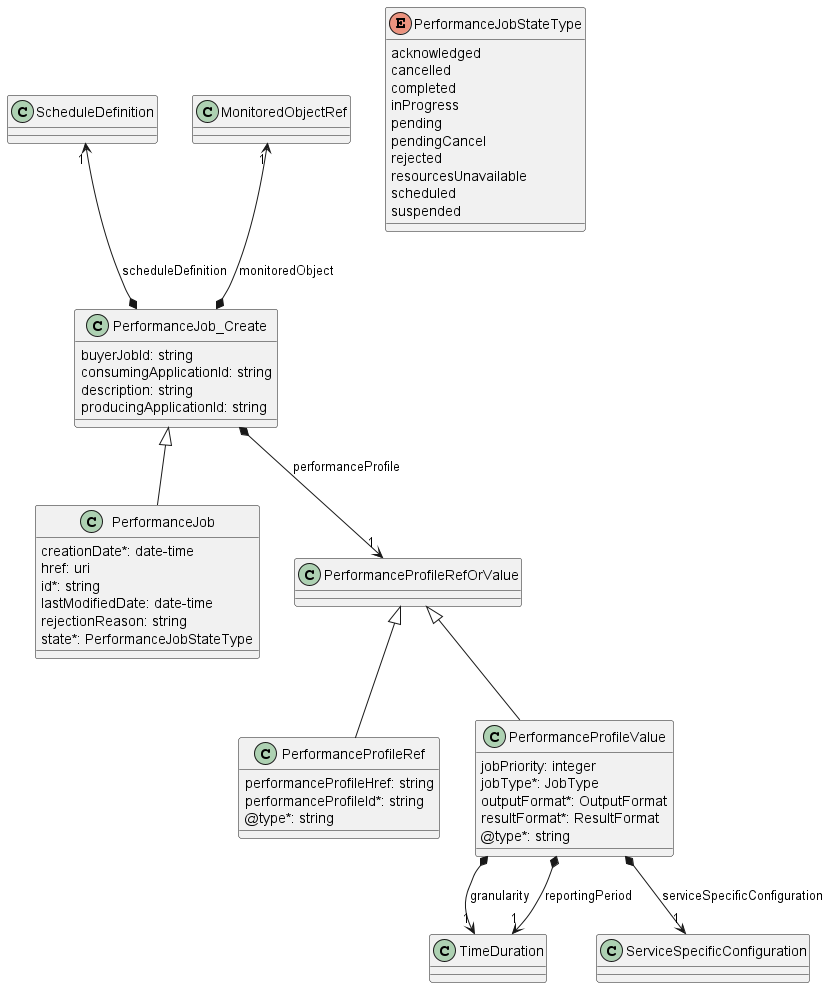
Above: documentation/serviceApi/pm/performance/media/performanceJobModel.png in MEF-GIT/MEF-LSO-Legato-SDK (PlantUML), before the change.
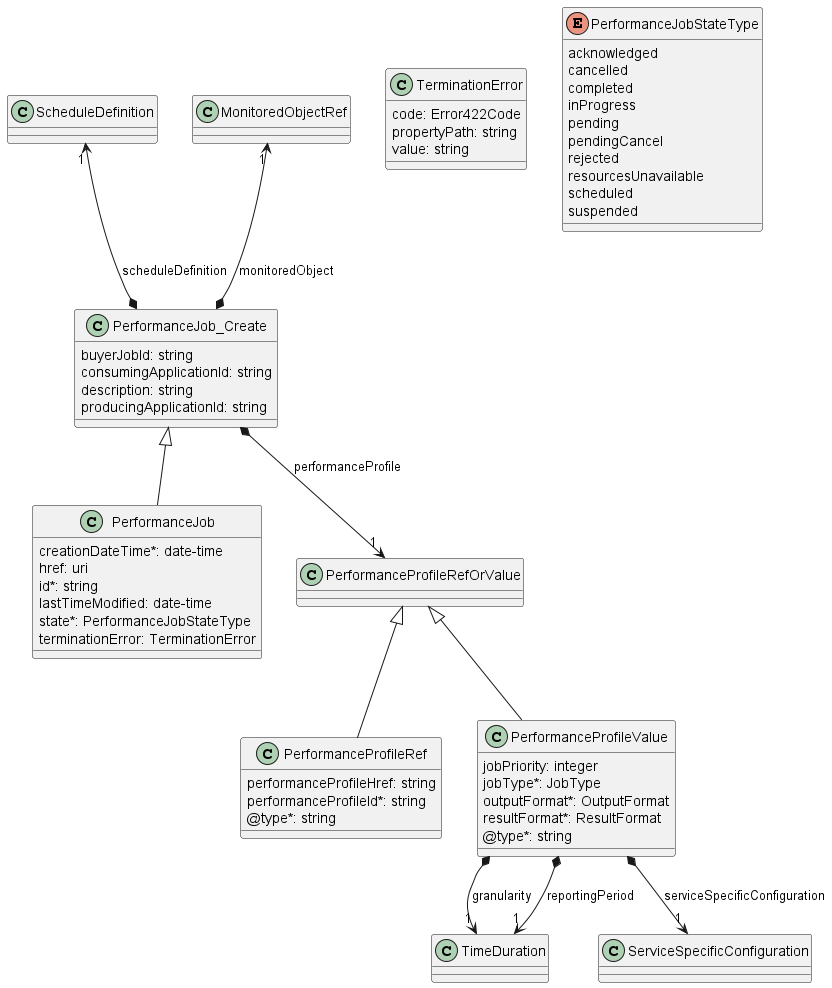
The same diagram one commit later.

What changed in the source:
```diff
@@ -1,18 +1,22 @@
 @startuml performanceJobModel
 
 class PerformanceJob {
-
-    creationDate*: date-time
+    creationDateTime*: date-time
     href: uri
     id*: string
-    lastModifiedDate: date-time
-    rejectionReason: string
+    lastTimeModified: date-time
     state*: PerformanceJobStateType
+    terminationError: TerminationError
 }
 PerformanceJob_Create <|-- PerformanceJob
 
+class TerminationError {
+    code: Error422Code
+    propertyPath: string
+    value: string
+}
+
 enum PerformanceJobStateType {
-
     acknowledged
     cancelled
     completed
@@ -26,7 +30,6 @@
 }
 
 class PerformanceJob_Create {
-
     buyerJobId: string
     consumingApplicationId: string
     description: string
@@ -49,7 +52,6 @@
 }
 
 class PerformanceProfileValue {
-
     jobPriority: integer
     jobType*: JobType
     outputFormat*: OutputFormat
```
